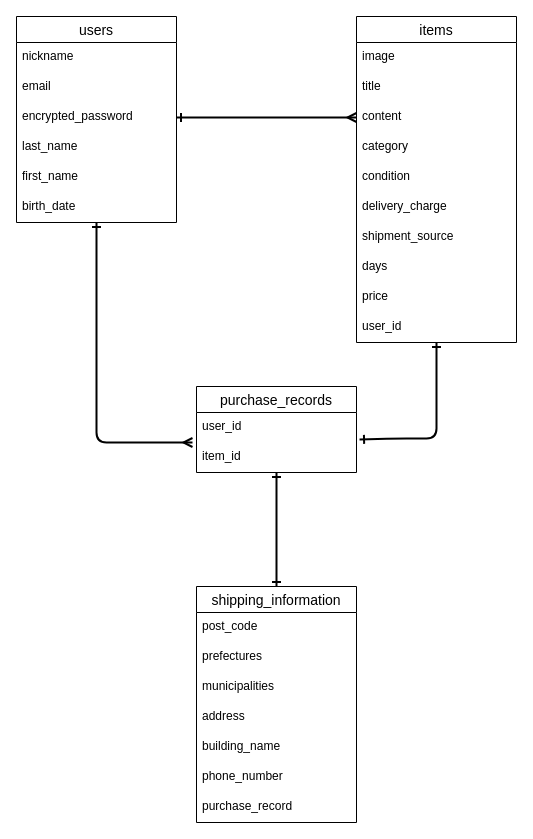
Above: furima.dio in daitoyonaga/furima-37786 (draw.io), before the change. Source tidied: cells renumbered, new cells numbered last; positions are measured from the earlier drawing's top-left corner, leaving out a move shared by most shapes. Both pictures are drawn from the tidied source at 100%, with x=0, y=0 at pixel (16, 16).
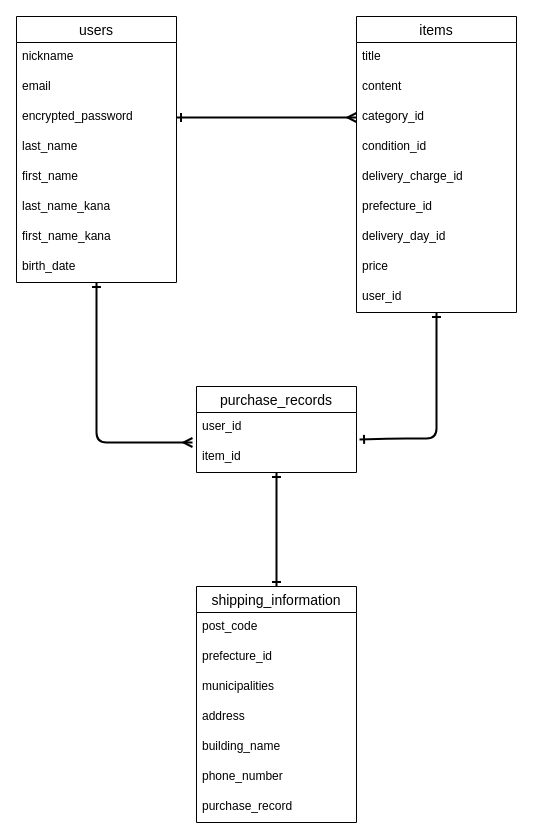
After the change.

Commit message (it also covers changes not shown here):
DB設計 修正②

Unchanged cells that the change refers to:
```xml
<mxCell id="6" value="encrypted_password" style="text;strokeColor=none;fillColor=none;spacingLeft=4;spacingRight=4;overflow=hidden;points=[[0,0.5],[1,0.5]];portConstraint=eastwest;fontSize=12;" parent="3" vertex="1">
  <mxGeometry y="86" width="160" height="30" as="geometry" />
</mxCell>
<mxCell id="26" value="shipping_information" style="swimlane;fontStyle=0;horizontal=1;startSize=26;align=center;fontSize=14;" parent="1" vertex="1">
  <mxGeometry x="180" y="570" width="160" height="236" as="geometry" />
</mxCell>
```

The edit, as a diff of the source:
```diff
@@
     <mxCell id="3" value="users" style="swimlane;fontStyle=0;horizontal=1;startSize=26;align=center;fontSize=14;" parent="1" vertex="1">
-      <mxGeometry width="160" height="206" as="geometry" />
+      <mxGeometry width="160" height="266" as="geometry" />
     </mxCell>
@@
+    <mxCell id="35" value="last_name_kana" style="text;strokeColor=none;fillColor=none;spacingLeft=4;spacingRight=4;overflow=hidden;fontSize=12;" parent="3" vertex="1">
+      <mxGeometry y="176" width="160" height="30" as="geometry" />
+    </mxCell>
+    <mxCell id="36" value="first_name_kana" style="text;strokeColor=none;fillColor=none;spacingLeft=4;spacingRight=4;overflow=hidden;fontSize=12;" parent="3" vertex="1">
+      <mxGeometry y="206" width="160" height="30" as="geometry" />
+    </mxCell>
     <mxCell id="9" value="birth_date" style="text;strokeColor=none;fillColor=none;spacingLeft=4;spacingRight=4;overflow=hidden;fontSize=12;" parent="3" vertex="1">
-      <mxGeometry y="176" width="160" height="30" as="geometry" />
+      <mxGeometry y="236" width="160" height="30" as="geometry" />
     </mxCell>
@@
     <mxCell id="11" value="items" style="swimlane;fontStyle=0;horizontal=1;startSize=26;align=center;fontSize=14;" parent="1" vertex="1">
-      <mxGeometry x="340" width="160" height="326" as="geometry" />
+      <mxGeometry x="340" width="160" height="296" as="geometry" />
     </mxCell>
-    <mxCell id="12" value="image" style="text;strokeColor=none;fillColor=none;spacingLeft=4;spacingRight=4;overflow=hidden;fontSize=12;" parent="11" vertex="1">
-      <mxGeometry y="26" width="160" height="30" as="geometry" />
-    </mxCell>
     <mxCell id="13" value="title" style="text;strokeColor=none;fillColor=none;spacingLeft=4;spacingRight=4;overflow=hidden;fontSize=12;" parent="11" vertex="1">
-      <mxGeometry y="56" width="160" height="30" as="geometry" />
+      <mxGeometry y="26" width="160" height="30" as="geometry" />
     </mxCell>
     <mxCell id="14" value="content" style="text;strokeColor=none;fillColor=none;spacingLeft=4;spacingRight=4;overflow=hidden;points=[[0,0.5],[1,0.5]];portConstraint=eastwest;fontSize=12;" parent="11" vertex="1">
-      <mxGeometry y="86" width="160" height="30" as="geometry" />
+      <mxGeometry y="56" width="160" height="30" as="geometry" />
     </mxCell>
-    <mxCell id="15" value="category" style="text;strokeColor=none;fillColor=none;spacingLeft=4;spacingRight=4;overflow=hidden;points=[[0,0.5],[1,0.5]];portConstraint=eastwest;fontSize=12;" parent="11" vertex="1">
-      <mxGeometry y="116" width="160" height="30" as="geometry" />
+    <mxCell id="15" value="category_id" style="text;strokeColor=none;fillColor=none;spacingLeft=4;spacingRight=4;overflow=hidden;points=[[0,0.5],[1,0.5]];portConstraint=eastwest;fontSize=12;" parent="11" vertex="1">
+      <mxGeometry y="86" width="160" height="30" as="geometry" />
     </mxCell>
-    <mxCell id="16" value="condition" style="text;strokeColor=none;fillColor=none;spacingLeft=4;spacingRight=4;overflow=hidden;fontSize=12;" parent="11" vertex="1">
-      <mxGeometry y="146" width="160" height="30" as="geometry" />
+    <mxCell id="16" value="condition_id" style="text;strokeColor=none;fillColor=none;spacingLeft=4;spacingRight=4;overflow=hidden;fontSize=12;" parent="11" vertex="1">
+      <mxGeometry y="116" width="160" height="30" as="geometry" />
     </mxCell>
-    <mxCell id="17" value="delivery_charge" style="text;strokeColor=none;fillColor=none;spacingLeft=4;spacingRight=4;overflow=hidden;fontSize=12;" parent="11" vertex="1">
-      <mxGeometry y="176" width="160" height="30" as="geometry" />
+    <mxCell id="17" value="delivery_charge_id" style="text;strokeColor=none;fillColor=none;spacingLeft=4;spacingRight=4;overflow=hidden;fontSize=12;" parent="11" vertex="1">
+      <mxGeometry y="146" width="160" height="30" as="geometry" />
     </mxCell>
-    <mxCell id="18" value="shipment_source" style="text;strokeColor=none;fillColor=none;spacingLeft=4;spacingRight=4;overflow=hidden;fontSize=12;" parent="11" vertex="1">
-      <mxGeometry y="206" width="160" height="30" as="geometry" />
+    <mxCell id="18" value="prefecture_id" style="text;strokeColor=none;fillColor=none;spacingLeft=4;spacingRight=4;overflow=hidden;fontSize=12;" parent="11" vertex="1">
+      <mxGeometry y="176" width="160" height="30" as="geometry" />
     </mxCell>
-    <mxCell id="19" value="days" style="text;strokeColor=none;fillColor=none;spacingLeft=4;spacingRight=4;overflow=hidden;fontSize=12;" parent="11" vertex="1">
-      <mxGeometry y="236" width="160" height="30" as="geometry" />
+    <mxCell id="19" value="delivery_day_id" style="text;strokeColor=none;fillColor=none;spacingLeft=4;spacingRight=4;overflow=hidden;fontSize=12;" parent="11" vertex="1">
+      <mxGeometry y="206" width="160" height="30" as="geometry" />
     </mxCell>
     <mxCell id="20" value="price" style="text;strokeColor=none;fillColor=none;spacingLeft=4;spacingRight=4;overflow=hidden;fontSize=12;" parent="11" vertex="1">
-      <mxGeometry y="266" width="160" height="30" as="geometry" />
+      <mxGeometry y="236" width="160" height="30" as="geometry" />
     </mxCell>
     <mxCell id="21" value="user_id" style="text;strokeColor=none;fillColor=none;spacingLeft=4;spacingRight=4;overflow=hidden;fontSize=12;" parent="11" vertex="1">
-      <mxGeometry y="296" width="160" height="30" as="geometry" />
+      <mxGeometry y="266" width="160" height="30" as="geometry" />
     </mxCell>
@@
-    <mxCell id="28" value="prefectures" style="text;strokeColor=none;fillColor=none;spacingLeft=4;spacingRight=4;overflow=hidden;fontSize=12;" parent="26" vertex="1">
+    <mxCell id="28" value="prefecture_id" style="text;strokeColor=none;fillColor=none;spacingLeft=4;spacingRight=4;overflow=hidden;fontSize=12;" parent="26" vertex="1">
       <mxGeometry y="56" width="160" height="30" as="geometry" />
     </mxCell>
@@
-    <mxCell id="34" style="edgeStyle=none;html=1;exitX=1;exitY=0.5;exitDx=0;exitDy=0;entryX=0;entryY=0.5;entryDx=0;entryDy=0;startArrow=ERone;startFill=0;endArrow=ERmany;endFill=0;strokeWidth=2;" parent="1" edge="1" source="6" target="14">
+    <mxCell id="34" style="edgeStyle=none;html=1;exitX=1;exitY=0.5;exitDx=0;exitDy=0;entryX=0;entryY=0.5;entryDx=0;entryDy=0;startArrow=ERone;startFill=0;endArrow=ERmany;endFill=0;strokeWidth=2;" parent="1" edge="1" source="6" target="15">
       <mxGeometry relative="1" as="geometry" />
     </mxCell>
```
